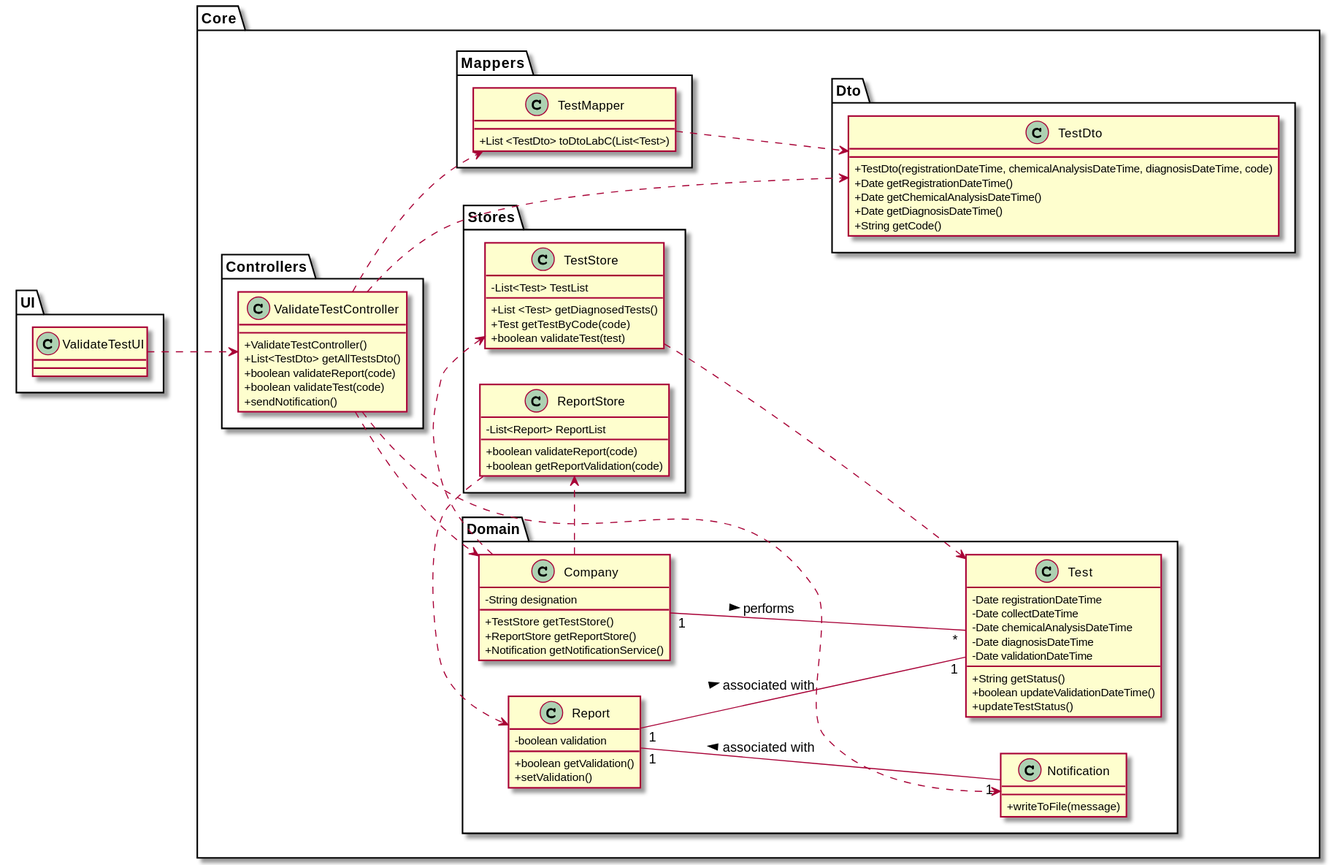
This is docs/SprintC/US15/US15-CD.svg from 0franciscor/lei-21-s2-1de-g19, a PlantUML export, as it was before one commit.
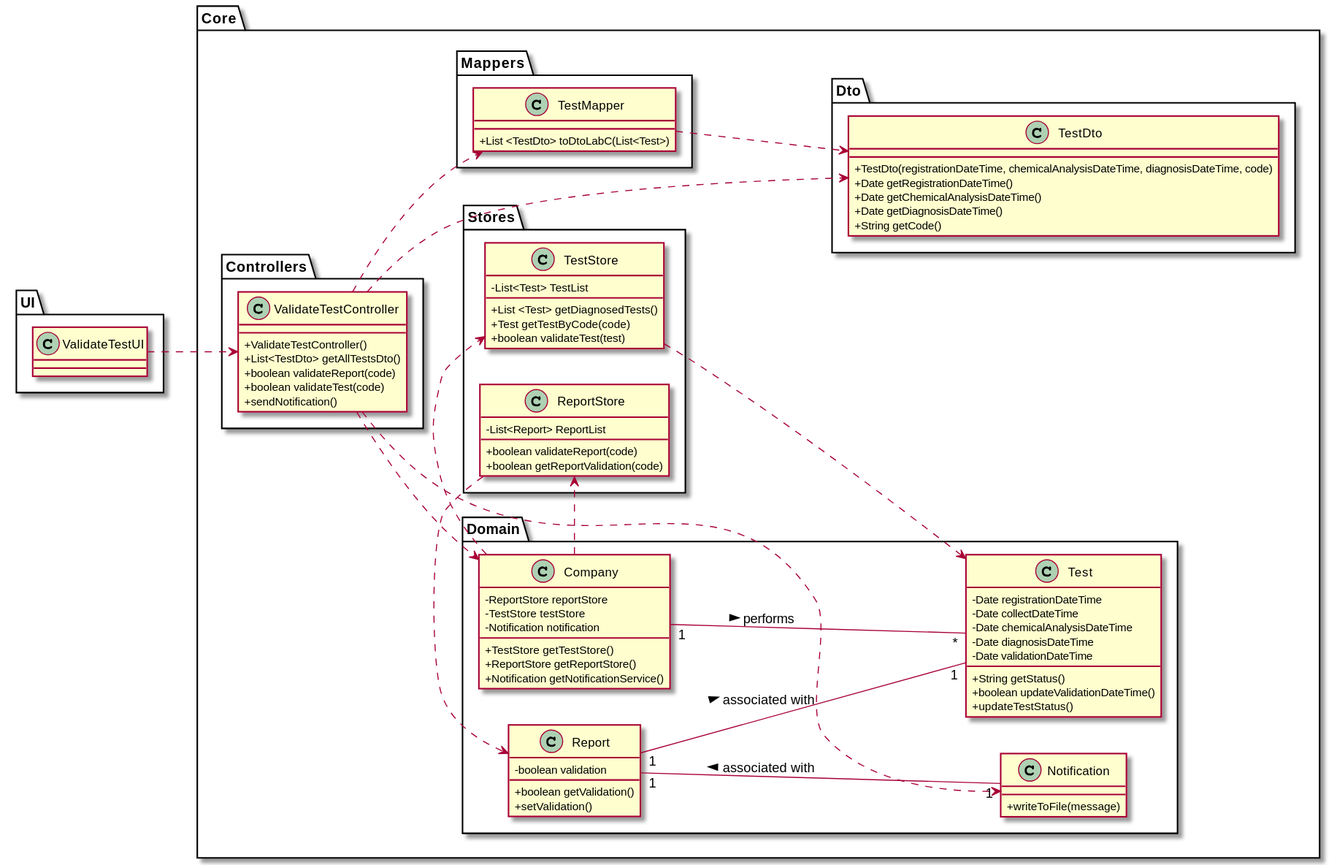
After the change.

Change to the diagram source:
```diff
@@ -6,7 +6,9 @@
 
 package Domain{
 class "Company" as C {
--String designation
+-ReportStore reportStore
+-TestStore testStore
+-Notification notification
 +TestStore getTestStore()
 +ReportStore getReportStore()
 +Notification getNotificationService()
```
